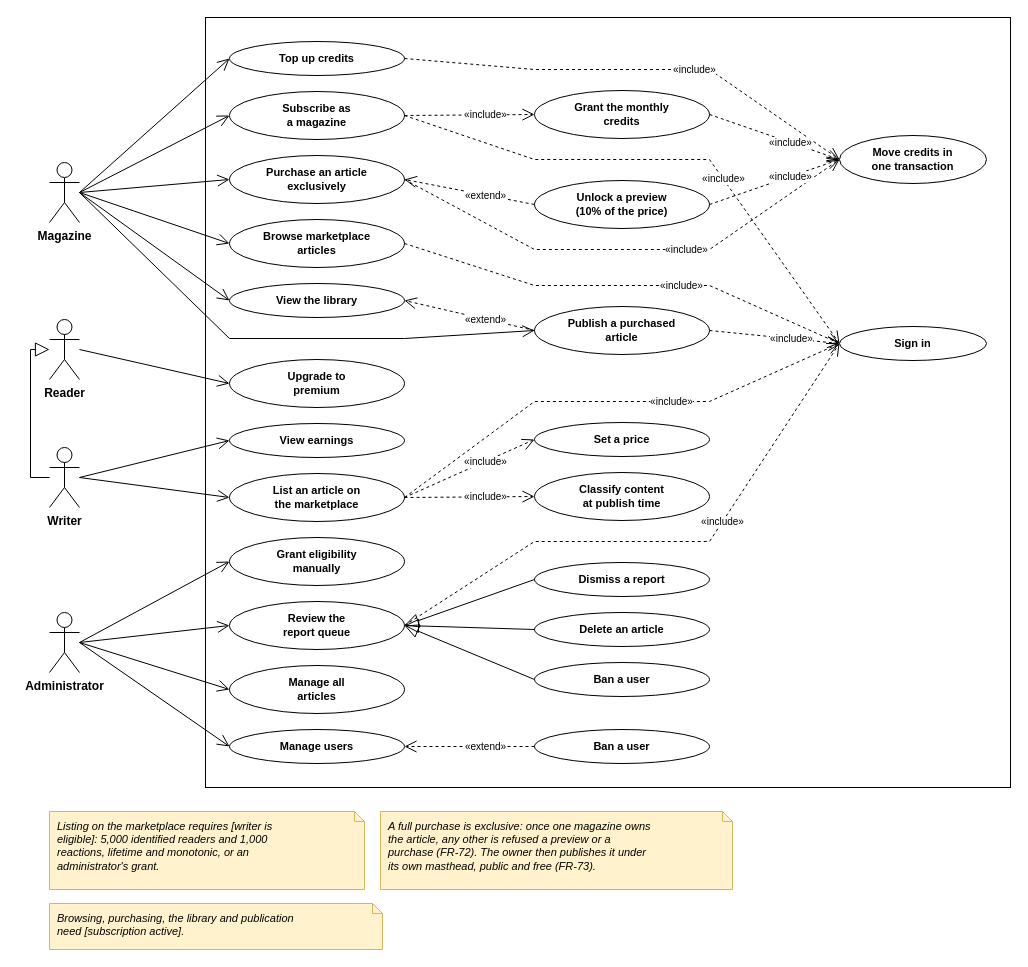
inkwell-dev/spec.inkwell.ai keeps this draw.io diagram as diagrams/fig-6-1-use-case-sprint-5/fig-6-1-use-case-sprint-5.drawio. Above is the earlier version. Source tidied: cells renumbered, new cells numbered last; positions are measured from the earlier drawing's top-left corner, leaving out a move shared by most shapes. Both pictures are drawn from the tidied source at 100%, with x=0, y=0 at pixel (30, 17).
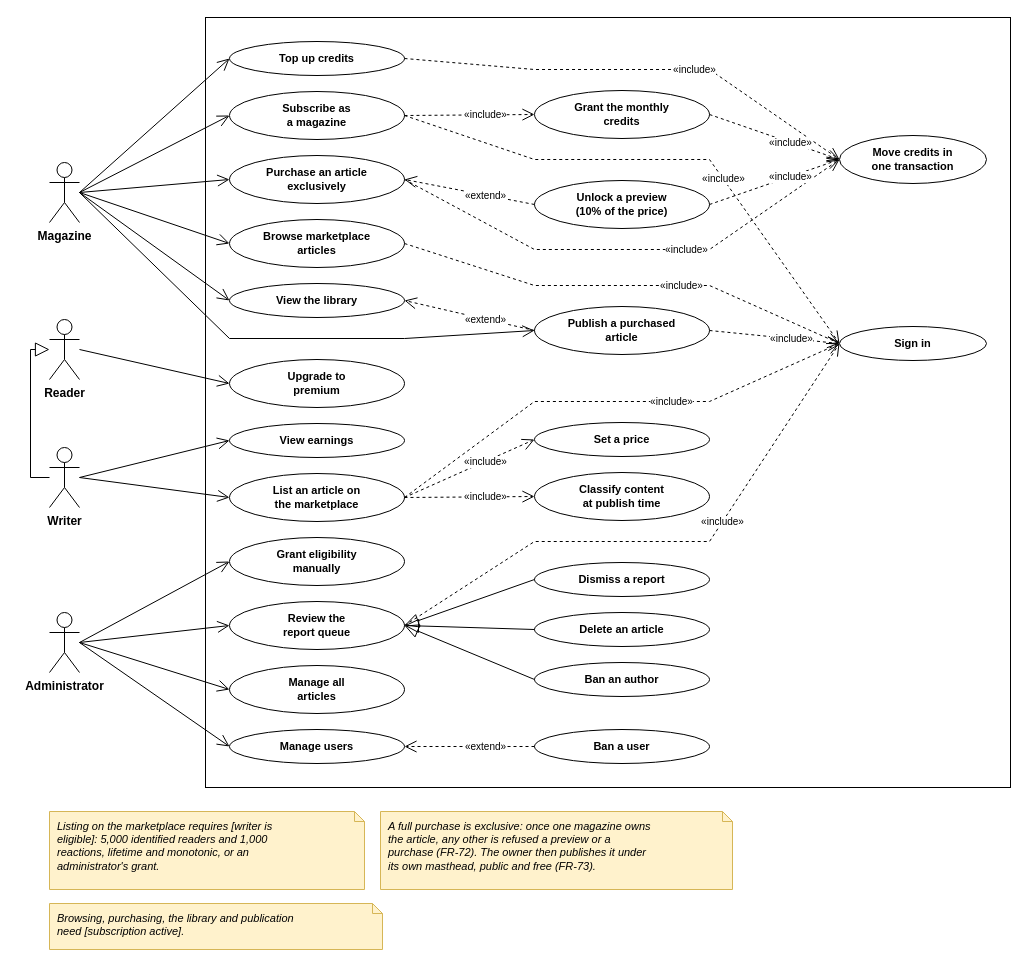
Above is the later version.

Commit message (it also covers changes not shown here):
docs(diagrams): ban an author from the queue, ban a user from the directory

Diff of the diagram source:
```diff
@@
-    <mxCell id="24" value="Ban a user" style="ellipse;whiteSpace=wrap;html=1;fillColor=#FFFFFF;strokeColor=#000000;fontStyle=1;fontSize=11;fontFamily=Helvetica;fontColor=#000000;" parent="1" vertex="1">
+    <mxCell id="24" value="Ban an author" style="ellipse;whiteSpace=wrap;html=1;fillColor=#FFFFFF;strokeColor=#000000;fontStyle=1;fontSize=11;fontFamily=Helvetica;fontColor=#000000;" parent="1" vertex="1">
       <mxGeometry x="504" y="645" width="175" height="34" as="geometry" />
     </mxCell>
```
